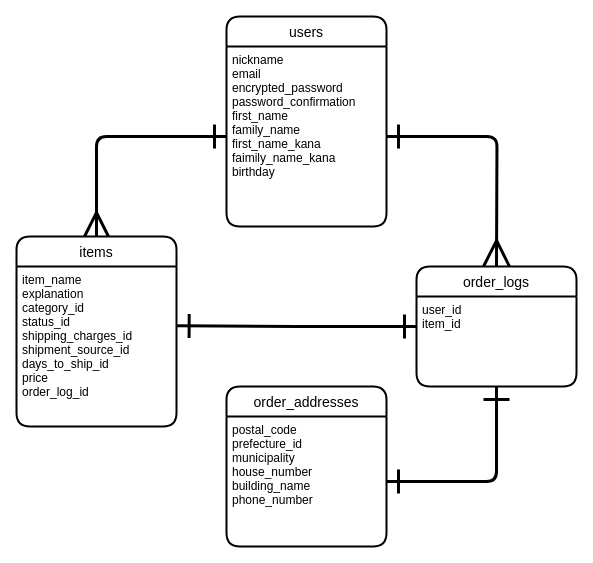
Earlier version of the draw.io diagram test.dio (Chang-Mori/furima-30980). Source tidied: cells renumbered, new cells numbered last; positions are measured from the earlier drawing's top-left corner, leaving out a move shared by most shapes. Both pictures are drawn from the tidied source at 100%, with x=0, y=0 at pixel (16, 16).
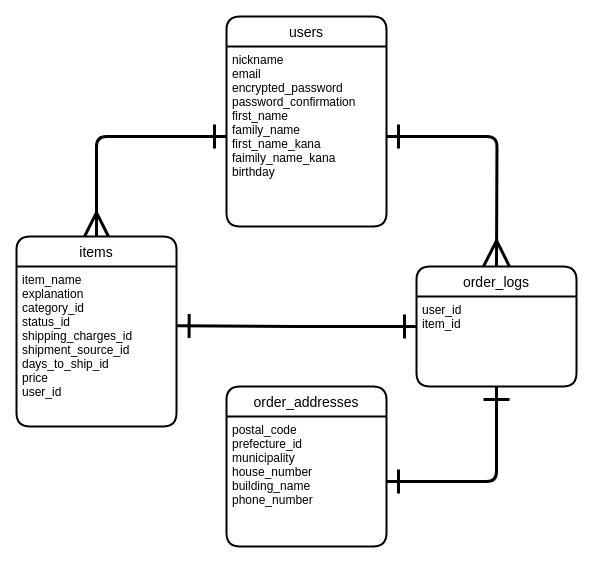
The same diagram, later.

Commit message (it also covers changes not shown here):
README３回目の修正

Diff of the diagram source:
```diff
@@
 <mxGraphModel>
   <root>
     <mxCell id="0" />
     <mxCell id="1" parent="0" />
     <mxCell id="2" value="items" style="swimlane;horizontal=1;startSize=30;rounded=1;fontSize=14;fontStyle=0;strokeWidth=2;shadow=0;dashed=0;align=center;" parent="1" vertex="1">
       <mxGeometry y="220" width="160" height="190" as="geometry" />
     </mxCell>
-    <mxCell id="3" value="item_name&#10;explanation&#10;category_id&#10;status_id&#10;shipping_charges_id&#10;shipment_source_id&#10;days_to_ship_id&#10;price&#10;order_log_id" style="align=left;strokeColor=none;fillColor=none;spacingLeft=4;fontSize=12;verticalAlign=top;" parent="2" vertex="1">
+    <mxCell id="3" value="item_name&#10;explanation&#10;category_id&#10;status_id&#10;shipping_charges_id&#10;shipment_source_id&#10;days_to_ship_id&#10;price&#10;user_id" style="align=left;strokeColor=none;fillColor=none;spacingLeft=4;fontSize=12;verticalAlign=top;" parent="2" vertex="1">
       <mxGeometry y="30" width="160" height="160" as="geometry" />
     </mxCell>
     <mxCell id="4" style="edgeStyle=orthogonalEdgeStyle;rounded=1;jettySize=auto;html=1;entryX=0.5;entryY=0;entryDx=0;entryDy=0;startArrow=ERone;startFill=0;startSize=20;endArrow=ERmany;endFill=0;endSize=20;strokeWidth=3;" parent="1" edge="1" source="12" target="2">
       <mxGeometry relative="1" as="geometry" />
     </mxCell>
     <mxCell id="5" value="order_addresses" style="swimlane;horizontal=1;startSize=30;rounded=1;fontSize=14;fontStyle=0;strokeWidth=2;shadow=0;dashed=0;align=center;" parent="1" vertex="1">
       <mxGeometry x="210" y="370" width="160" height="160" as="geometry" />
     </mxCell>
     <mxCell id="6" value="postal_code&#10;prefecture_id&#10;municipality&#10;house_number&#10;building_name&#10;phone_number" style="align=left;strokeColor=none;fillColor=none;spacingLeft=4;fontSize=12;verticalAlign=top;" parent="5" vertex="1">
       <mxGeometry y="30" width="160" height="130" as="geometry" />
     </mxCell>
     <mxCell id="7" style="edgeStyle=orthogonalEdgeStyle;rounded=0;jettySize=auto;html=1;exitX=0;exitY=0.5;exitDx=0;exitDy=0;entryX=1.004;entryY=0.371;entryDx=0;entryDy=0;entryPerimeter=0;endArrow=ERone;endFill=0;startArrow=ERone;startFill=0;strokeWidth=3;targetPerimeterSpacing=1;sourcePerimeterSpacing=2;startSize=20;endSize=20;" parent="1" edge="1" source="8" target="3">
       <mxGeometry relative="1" as="geometry" />
     </mxCell>
     <mxCell id="8" value="order_logs" style="swimlane;horizontal=1;startSize=30;rounded=1;fontSize=14;fontStyle=0;strokeWidth=2;shadow=0;dashed=0;align=center;" parent="1" vertex="1">
       <mxGeometry x="400" y="250" width="160" height="120" as="geometry" />
     </mxCell>
     <mxCell id="9" value="user_id&#10;item_id&#10;" style="align=left;strokeColor=none;fillColor=none;spacingLeft=4;fontSize=12;verticalAlign=top;" parent="8" vertex="1">
       <mxGeometry y="30" width="160" height="90" as="geometry" />
     </mxCell>
     <mxCell id="10" style="edgeStyle=orthogonalEdgeStyle;jettySize=auto;html=1;entryX=0.5;entryY=0;entryDx=0;entryDy=0;endArrow=ERmany;endFill=0;rounded=1;startArrow=ERone;startFill=0;endSize=22;startSize=20;exitX=1;exitY=0.5;exitDx=0;exitDy=0;strokeWidth=3;" parent="8" edge="1" source="12">
       <mxGeometry relative="1" as="geometry">
         <mxPoint x="80" as="targetPoint" />
       </mxGeometry>
     </mxCell>
     <mxCell id="11" value="users" style="swimlane;horizontal=1;startSize=30;rounded=1;fontSize=14;fontStyle=0;strokeWidth=2;shadow=0;dashed=0;align=center;" parent="1" vertex="1">
       <mxGeometry x="210" width="160" height="210" as="geometry" />
     </mxCell>
     <mxCell id="12" value="nickname&#10;email&#10;encrypted_password&#10;password_confirmation&#10;first_name&#10;family_name&#10;first_name_kana&#10;faimily_name_kana&#10;birthday&#10;" style="align=left;strokeColor=none;fillColor=none;spacingLeft=4;fontSize=12;verticalAlign=top;" parent="11" vertex="1">
       <mxGeometry y="30" width="160" height="180" as="geometry" />
     </mxCell>
     <mxCell id="13" style="edgeStyle=orthogonalEdgeStyle;jettySize=auto;html=1;endArrow=ERone;endFill=0;rounded=1;startArrow=ERone;startFill=0;endSize=22;startSize=20;strokeWidth=3;entryX=0.5;entryY=1;entryDx=0;entryDy=0;" parent="1" edge="1" source="6" target="9">
       <mxGeometry relative="1" as="geometry" />
     </mxCell>
   </root>
 </mxGraphModel>
```
